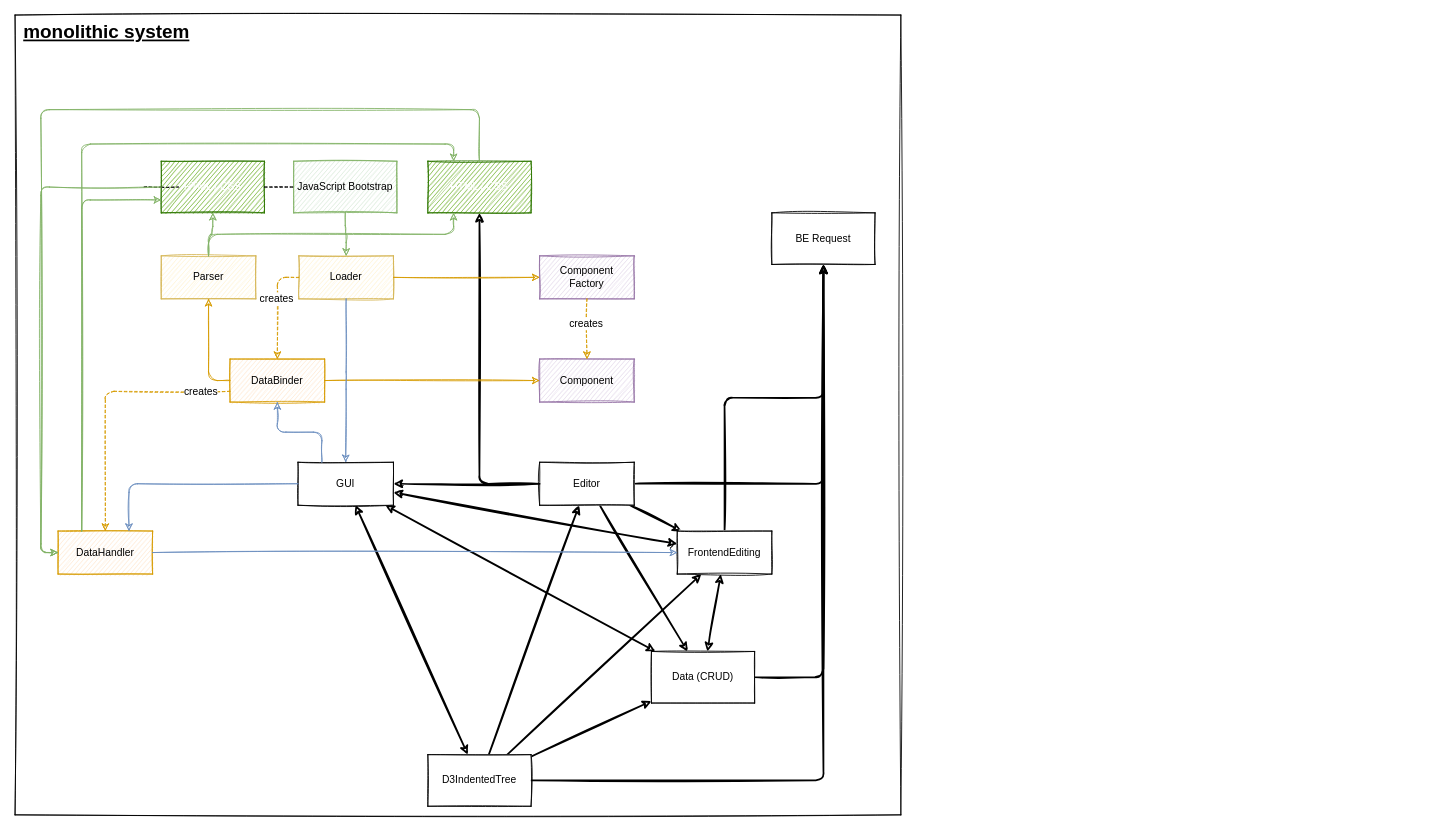
This is Documentation/Assets/LegacyDataBinder.drawio from Messj1/frontend_editing, a draw.io file, before an edit. Source tidied: cells renumbered, new cells numbered last; positions are measured from the earlier drawing's top-left corner, leaving out a move shared by most shapes. Both pictures are drawn from the tidied source at 86%, with x=0, y=0 at pixel (15, 15).
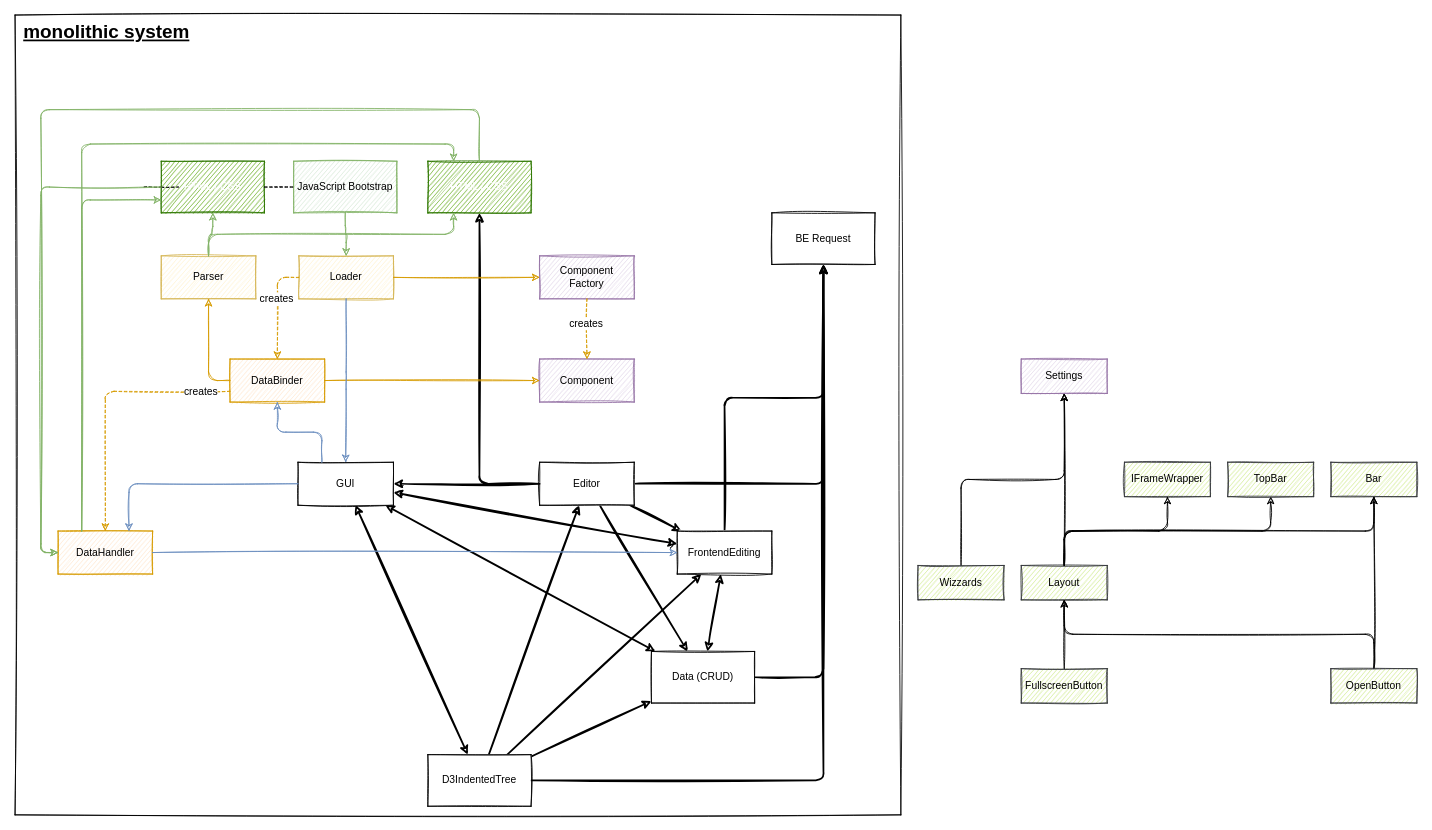
The same diagram, later.

Commit message (it also covers changes not shown here):
[TASK] make small changes and add some ideas into drawio files

The edit, as a diff of the source:
```diff
@@
+    <mxCell id="58" parent="0" />
+    <mxCell id="59" style="edgeStyle=orthogonalEdgeStyle;jettySize=auto;html=1;startArrow=none;startFill=0;endArrow=classic;endFill=1;strokeColor=#000000;strokeWidth=1;fontSize=12;sketch=1;exitX=0.5;exitY=0;exitDx=0;exitDy=0;" parent="58" edge="1" source="63" target="60">
+      <mxGeometry relative="1" as="geometry" />
+    </mxCell>
+    <mxCell id="60" value="TopBar" style="whiteSpace=wrap;html=1;fontSize=12;align=center;fillColor=#cdeb8b;strokeColor=#36393d;sketch=1;" parent="58" vertex="1">
+      <mxGeometry x="1410" y="520" width="100" height="40" as="geometry" />
+    </mxCell>
+    <mxCell id="61" style="edgeStyle=orthogonalEdgeStyle;rounded=1;sketch=1;jettySize=auto;html=1;exitX=0.5;exitY=0;exitDx=0;exitDy=0;entryX=0.5;entryY=1;entryDx=0;entryDy=0;labelBackgroundColor=none;endArrow=classic;endFill=1;strokeColor=#000000;fontSize=17;fontColor=#FF0000;align=center;" parent="58" edge="1" source="63" target="66">
+      <mxGeometry relative="1" as="geometry" />
+    </mxCell>
+    <mxCell id="62" style="edgeStyle=orthogonalEdgeStyle;rounded=1;sketch=1;jettySize=auto;html=1;labelBackgroundColor=none;endArrow=open;endFill=0;strokeColor=#000000;fontSize=17;fontColor=#FF0000;align=center;exitX=0.5;exitY=0;exitDx=0;exitDy=0;" parent="58" edge="1" source="74" target="63">
+      <mxGeometry relative="1" as="geometry" />
+    </mxCell>
+    <mxCell id="63" value="&lt;div&gt;Layout&lt;/div&gt;" style="whiteSpace=wrap;html=1;fontSize=12;align=center;fillColor=#cdeb8b;strokeColor=#36393d;sketch=1;" parent="58" vertex="1">
+      <mxGeometry x="1170" y="640" width="100" height="40" as="geometry" />
+    </mxCell>
+    <mxCell id="64" style="edgeStyle=orthogonalEdgeStyle;jettySize=auto;html=1;startArrow=none;startFill=0;endArrow=classic;endFill=1;strokeColor=#000000;strokeWidth=1;fontSize=12;sketch=1;exitX=0.5;exitY=0;exitDx=0;exitDy=0;" parent="58" edge="1" source="63" target="65">
+      <mxGeometry relative="1" as="geometry" />
+    </mxCell>
+    <mxCell id="65" value="Bar" style="whiteSpace=wrap;html=1;fontSize=12;align=center;fillColor=#cdeb8b;strokeColor=#36393d;sketch=1;" parent="58" vertex="1">
+      <mxGeometry x="1530" y="520" width="100" height="40" as="geometry" />
+    </mxCell>
+    <mxCell id="66" value="Settings" style="whiteSpace=wrap;html=1;fontSize=12;align=center;fillColor=#e1d5e7;strokeColor=#9673a6;sketch=1;" parent="58" vertex="1">
+      <mxGeometry x="1170" y="400" width="100" height="40" as="geometry" />
+    </mxCell>
+    <mxCell id="67" value="IFrameWrapper" style="whiteSpace=wrap;html=1;fontSize=12;align=center;fillColor=#cdeb8b;strokeColor=#36393d;sketch=1;" parent="58" vertex="1">
+      <mxGeometry x="1290" y="520" width="100" height="40" as="geometry" />
+    </mxCell>
+    <mxCell id="68" style="edgeStyle=orthogonalEdgeStyle;jettySize=auto;html=1;startArrow=none;startFill=0;endArrow=classic;endFill=1;strokeColor=#000000;strokeWidth=1;fontSize=12;sketch=1;entryX=0.5;entryY=1;entryDx=0;entryDy=0;exitX=0.5;exitY=0;exitDx=0;exitDy=0;" parent="58" edge="1" source="63" target="67">
+      <mxGeometry relative="1" as="geometry" />
+    </mxCell>
+    <mxCell id="69" style="edgeStyle=orthogonalEdgeStyle;rounded=1;sketch=1;jettySize=auto;html=1;exitX=0.5;exitY=0;exitDx=0;exitDy=0;labelBackgroundColor=none;endArrow=classic;endFill=1;fontSize=17;fontColor=#FF0000;align=center;entryX=0.5;entryY=1;entryDx=0;entryDy=0;" parent="58" edge="1" source="70" target="66">
+      <mxGeometry relative="1" as="geometry" />
+    </mxCell>
+    <mxCell id="70" value="Wizzards" style="whiteSpace=wrap;html=1;fontSize=12;align=center;fillColor=#cdeb8b;strokeColor=#36393d;sketch=1;" parent="58" vertex="1">
+      <mxGeometry x="1050" y="640" width="100" height="40" as="geometry" />
+    </mxCell>
+    <mxCell id="71" style="edgeStyle=orthogonalEdgeStyle;rounded=1;sketch=1;jettySize=auto;html=1;labelBackgroundColor=none;endArrow=classic;endFill=1;strokeColor=#000000;fontSize=17;fontColor=#FF0000;align=center;entryX=0.5;entryY=1;entryDx=0;entryDy=0;" parent="58" edge="1" source="72" target="63">
+      <mxGeometry relative="1" as="geometry" />
+    </mxCell>
+    <mxCell id="72" value="FullscreenButton" style="whiteSpace=wrap;html=1;fontSize=12;align=center;fillColor=#cdeb8b;strokeColor=#36393d;sketch=1;" parent="58" vertex="1">
+      <mxGeometry x="1170" y="760" width="100" height="40" as="geometry" />
+    </mxCell>
+    <mxCell id="73" style="edgeStyle=orthogonalEdgeStyle;rounded=1;sketch=1;jettySize=auto;html=1;exitX=0.5;exitY=0;exitDx=0;exitDy=0;labelBackgroundColor=none;endArrow=open;endFill=0;strokeColor=#000000;fontSize=17;fontColor=#FF0000;align=center;" parent="58" edge="1" source="74" target="65">
+      <mxGeometry relative="1" as="geometry" />
+    </mxCell>
+    <mxCell id="74" value="OpenButton" style="whiteSpace=wrap;html=1;fontSize=12;align=center;fillColor=#cdeb8b;strokeColor=#36393d;sketch=1;" parent="58" vertex="1">
+      <mxGeometry x="1530" y="760" width="100" height="40" as="geometry" />
+    </mxCell>
```
